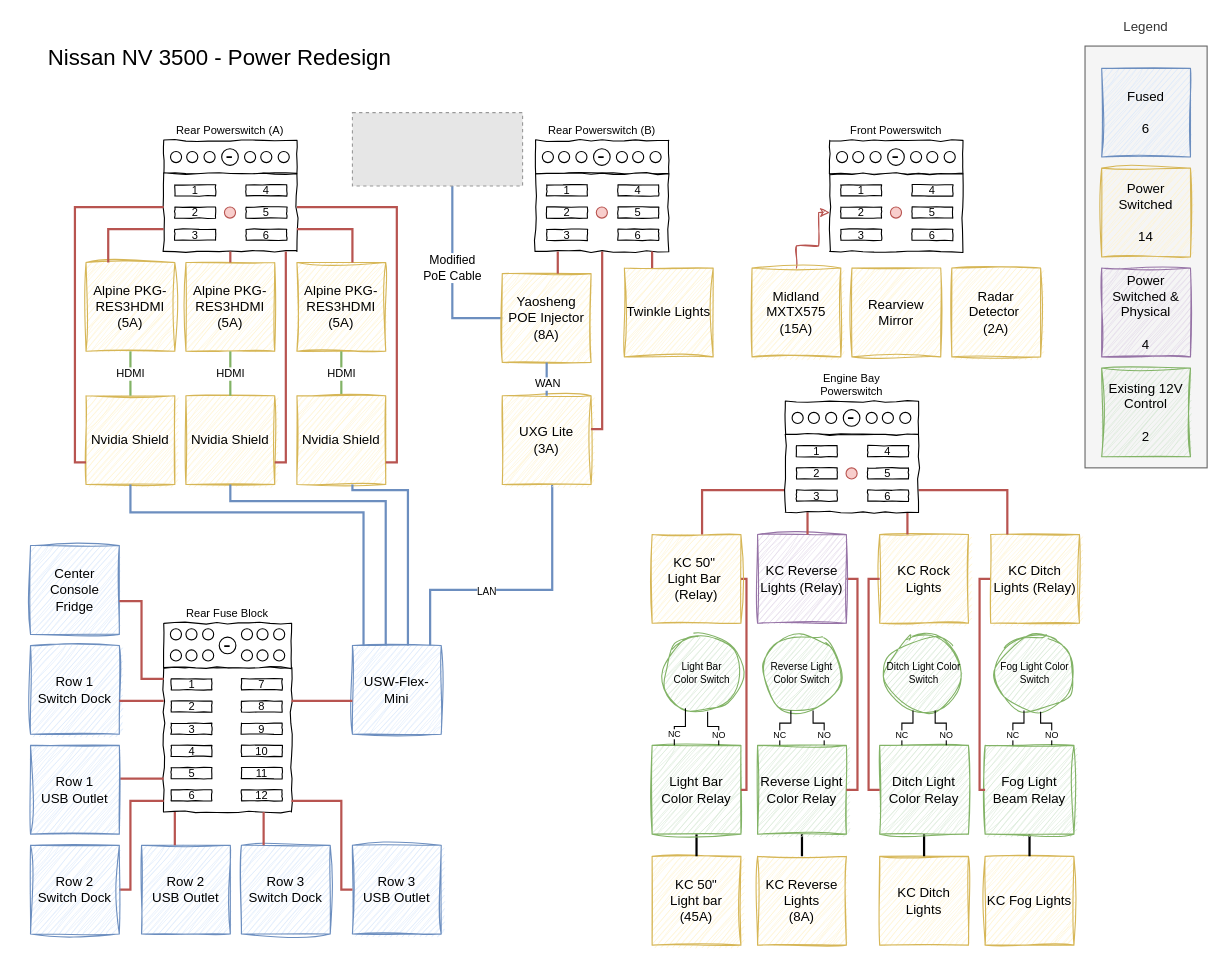
sob/drawings keeps this draw.io diagram as Van Redesign.drawio. Above is the earlier version. Source tidied: cells renumbered, new cells numbered last; positions are measured from the earlier drawing's top-left corner, leaving out a move shared by most shapes. Both pictures are drawn from the tidied source at 111%, with x=0, y=0 at pixel (19, 34). Pictures stored in the file or linked from it are replaced by grey dashed boxes.
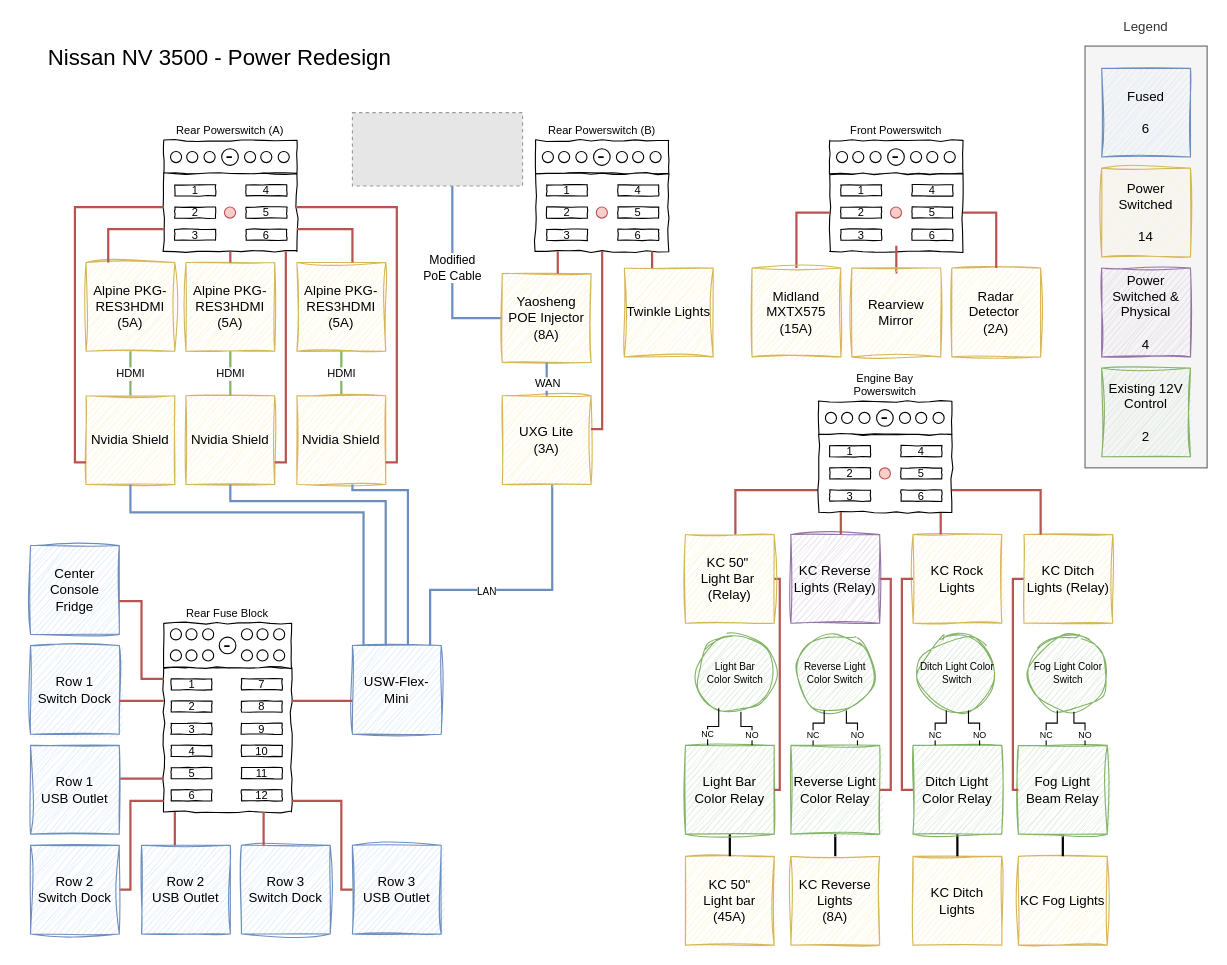
After the change.

The change refers to these unchanged cells:
```xml
<mxCell id="102" style="rounded=0;whiteSpace=wrap;html=1;sketch=1;curveFitting=1;jiggle=2;fontFamily=Montserrat;fontSize=10;sketchStyle=comic;" parent="93" vertex="1">
  <mxGeometry y="30" width="120" height="70" as="geometry" />
</mxCell>
<mxCell id="189" value="Radar Detector&amp;nbsp;&lt;br&gt;(2A)" style="whiteSpace=wrap;html=1;sketch=1;curveFitting=1;jiggle=2;fontFamily=Montserrat;fillColor=#fff2cc;strokeColor=#d6b656;" parent="1" vertex="1">
  <mxGeometry x="840" y="210" width="80" height="80" as="geometry" />
</mxCell>
<mxCell id="190" value="Rearview Mirror" style="whiteSpace=wrap;html=1;sketch=1;curveFitting=1;jiggle=2;fontFamily=Montserrat;fillColor=#fff2cc;strokeColor=#d6b656;" parent="1" vertex="1">
  <mxGeometry x="750" y="210" width="80" height="80" as="geometry" />
</mxCell>
<mxCell id="192" value="Midland MXTX575&lt;br&gt;(15A)&lt;br&gt;" style="whiteSpace=wrap;html=1;sketch=1;curveFitting=1;jiggle=2;fontFamily=Montserrat;fillColor=#fff2cc;strokeColor=#d6b656;" parent="1" vertex="1">
  <mxGeometry x="660" y="210" width="80" height="80" as="geometry" />
</mxCell>
```

What changed in the source:
```diff
@@
     <mxCell id="136" style="group;" parent="1" vertex="1">
-      <mxGeometry x="570" y="330" width="385" height="490" as="geometry" />
+      <mxGeometry x="600" y="330" width="385" height="490" as="geometry" />
     </mxCell>
@@
+    <mxCell id="193" style="edgeStyle=orthogonalEdgeStyle;rounded=0;hachureGap=4;jettySize=auto;html=1;fontFamily=Architects Daughter;fontSize=16;endArrow=none;endFill=0;strokeWidth=2;fillColor=#f8cecc;strokeColor=#b85450;" parent="1" edge="1" source="190" target="102">
+      <mxGeometry relative="1" as="geometry" />
+    </mxCell>
@@
-    <mxCell id="191" style="edgeStyle=orthogonalEdgeStyle;rounded=0;sketch=1;hachureGap=4;jiggle=2;curveFitting=1;jettySize=auto;html=1;fontFamily=Architects Daughter;fontSize=16;fillColor=#f8cecc;strokeColor=#b85450;" parent="1" edge="1" source="192" target="102">
+    <mxCell id="191" style="edgeStyle=orthogonalEdgeStyle;rounded=0;hachureGap=4;jettySize=auto;html=1;fontFamily=Architects Daughter;fontSize=16;fillColor=#f8cecc;strokeColor=#b85450;endArrow=none;endFill=0;strokeWidth=2;" parent="1" edge="1" source="192" target="102">
       <mxGeometry relative="1" as="geometry">
         <Array as="points">
-          <mxPoint x="700" y="190" />
-          <mxPoint x="720" y="190" />
-          <mxPoint x="720" y="160" />
+          <mxPoint x="700" y="160" />
         </Array>
       </mxGeometry>
     </mxCell>
@@
+    <mxCell id="194" style="edgeStyle=orthogonalEdgeStyle;rounded=0;hachureGap=4;jettySize=auto;html=1;fontFamily=Architects Daughter;fontSize=16;strokeWidth=2;endArrow=none;endFill=0;fillColor=#f8cecc;strokeColor=#b85450;" parent="1" edge="1" source="102" target="189">
+      <mxGeometry relative="1" as="geometry">
+        <Array as="points">
+          <mxPoint x="880" y="160" />
+        </Array>
+      </mxGeometry>
+    </mxCell>
```
